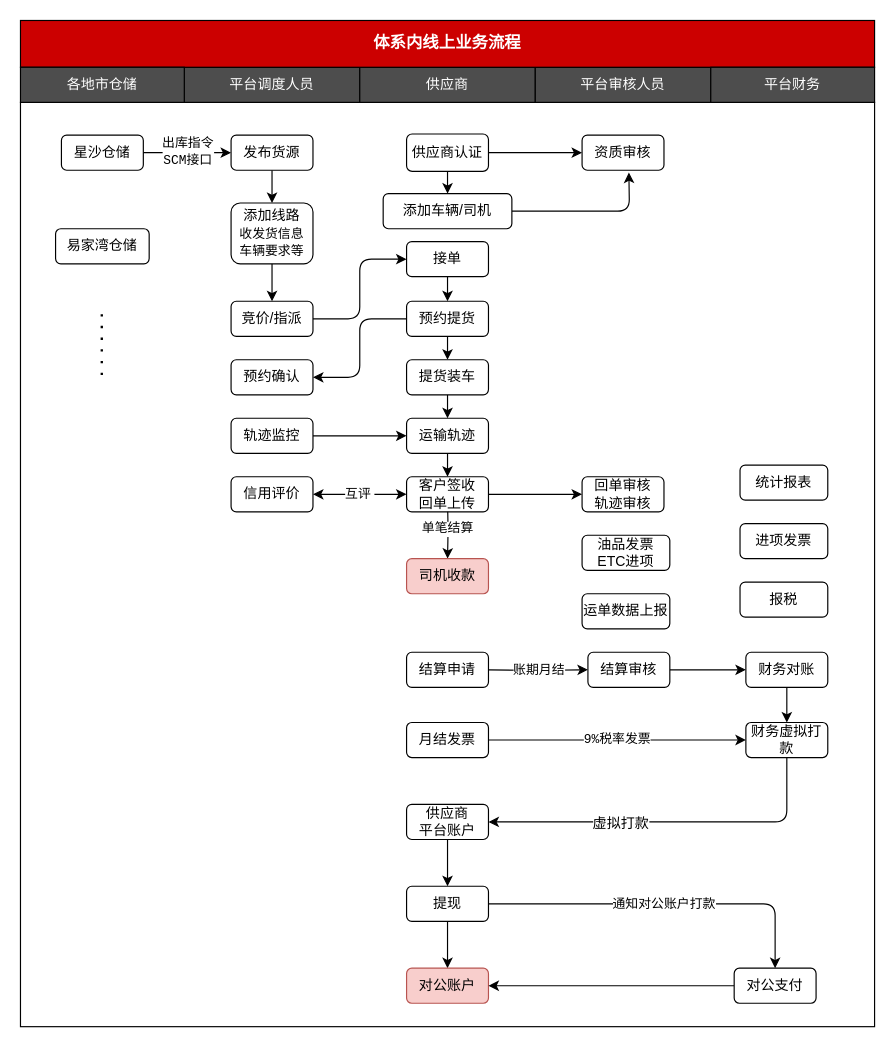
Earlier version of the draw.io diagram 体系内线上流程.drawio (chenyibang/rdpwrap). Source tidied: cells renumbered, new cells numbered last; positions are measured from the earlier drawing's top-left corner, leaving out a move shared by most shapes. Both pictures are drawn from the tidied source at 117%, with x=0, y=0 at pixel (20, 20).
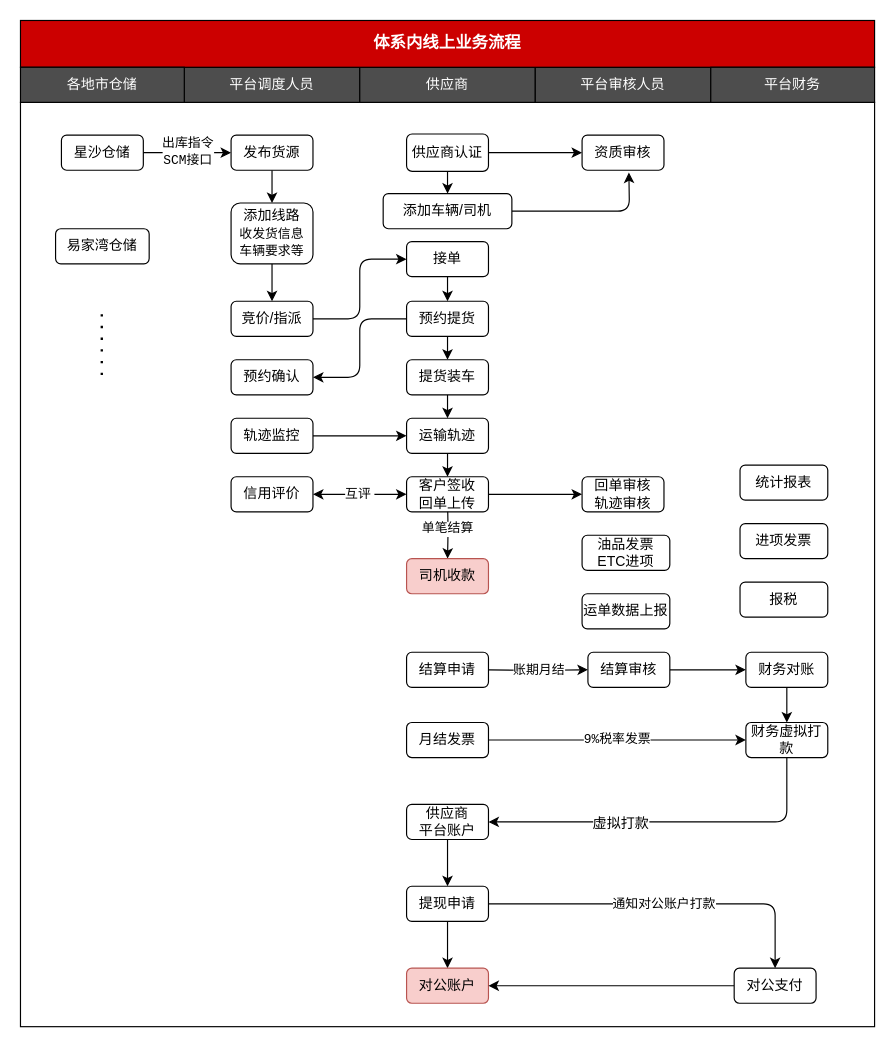
Above is the later version.

Commit message:
更新体系内线上流程.drawio

Diff of the diagram source:
```diff
@@
-    <mxCell id="35" value="提现" style="rounded=1;whiteSpace=wrap;html=1;" parent="1" vertex="1">
+    <mxCell id="35" value="提现申请" style="rounded=1;whiteSpace=wrap;html=1;" parent="1" vertex="1">
       <mxGeometry x="330" y="740" width="70" height="30" as="geometry" />
     </mxCell>
```
